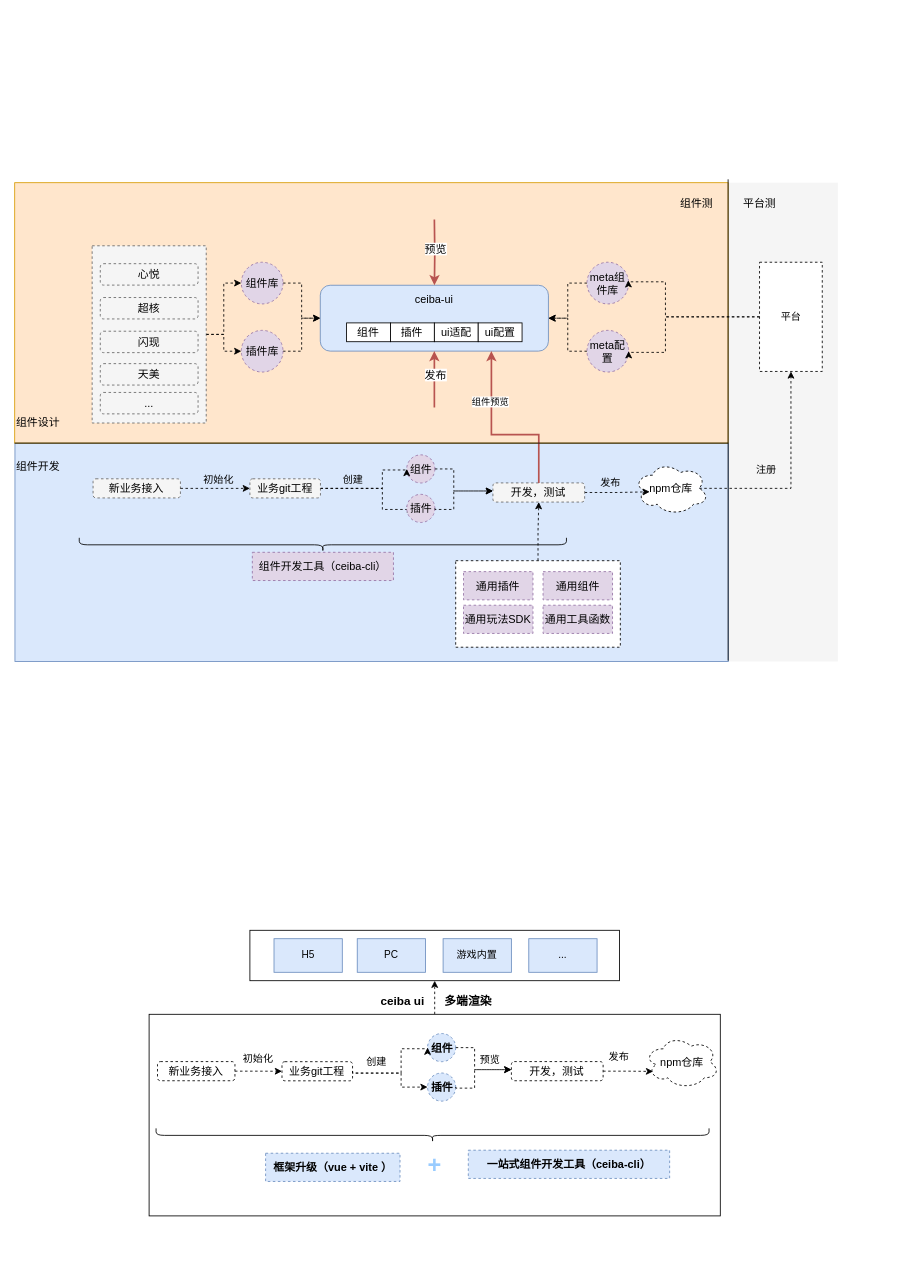
The draw.io diagram components.drawio in axtrur/resource, before the edit. Source tidied: cells renumbered, new cells numbered last; positions are measured from the earlier drawing's top-left corner, leaving out a move shared by most shapes. Both pictures are drawn from the tidied source at 84%, with x=0, y=0 at pixel (14, 14).
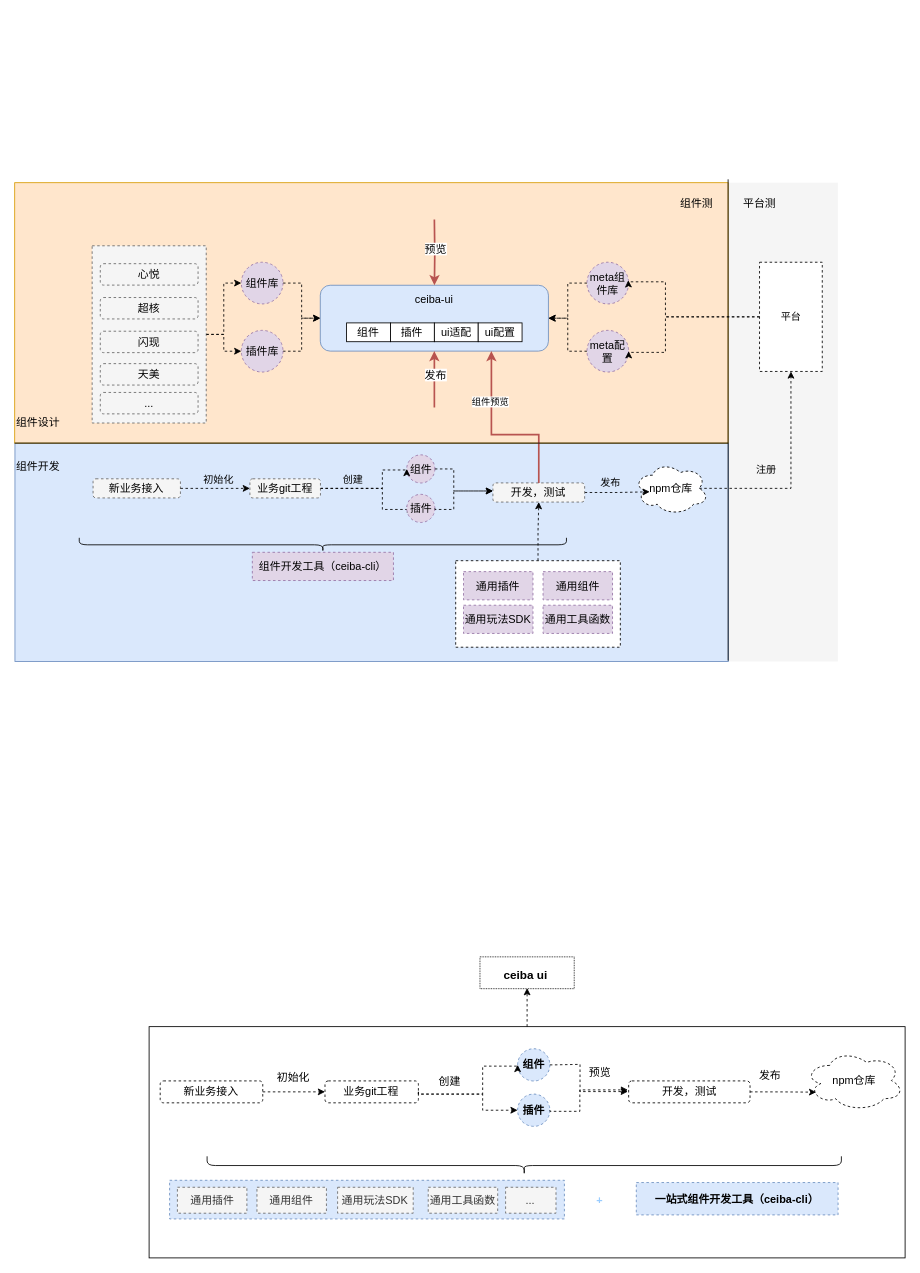
The same page after the edit.

What changed in the source:
```diff
@@
-    <mxCell id="70" style="edgeStyle=orthogonalEdgeStyle;rounded=0;jettySize=auto;html=1;exitX=0.5;exitY=0;exitDx=0;exitDy=0;entryX=0.5;entryY=1;entryDx=0;entryDy=0;dashed=1;" parent="1" edge="1" source="71" target="91">
-      <mxGeometry relative="1" as="geometry" />
-    </mxCell>
+    <mxCell id="100" style="group;" parent="1" vertex="1">
+      <mxGeometry x="160" y="1090" width="900" height="390" as="geometry" />
+    </mxCell>
+    <mxCell id="101" style="group;" parent="100" vertex="1">
+      <mxGeometry y="31.6" width="900" height="358.4" as="geometry" />
+    </mxCell>
+    <mxCell id="102" style="rounded=0;whiteSpace=wrap;html=1;dashed=1;dashPattern=1 1;" parent="101" vertex="1">
+      <mxGeometry x="393.9" width="112.2" height="37.9" as="geometry" />
+    </mxCell>
-    <mxCell id="71" style="rounded=0;whiteSpace=wrap;html=1;fontSize=13;" parent="1" vertex="1">
-      <mxGeometry x="160" y="1190" width="680" height="240" as="geometry" />
+    <mxCell id="71" style="rounded=0;whiteSpace=wrap;html=1;fontSize=13;" parent="101" vertex="1">
+      <mxGeometry y="83.1" width="900" height="275.3" as="geometry" />
     </mxCell>
-    <mxCell id="72" value="新业务接入" style="rounded=1;whiteSpace=wrap;html=1;dashed=1;fontSize=13;" parent="1" vertex="1">
-      <mxGeometry x="170" y="1246.3" width="92.2" height="22.8" as="geometry" />
+    <mxCell id="72" value="新业务接入" style="rounded=1;whiteSpace=wrap;html=1;dashed=1;fontSize=13;" parent="101" vertex="1">
+      <mxGeometry x="13.2" y="147.7" width="122.1" height="26.1" as="geometry" />
     </mxCell>
-    <mxCell id="73" style="edgeStyle=orthogonalEdgeStyle;rounded=0;jettySize=auto;html=1;exitX=1;exitY=0.5;exitDx=0;exitDy=0;entryX=0;entryY=0.5;entryDx=0;entryDy=0;dashed=1;" parent="1" edge="1" source="74" target="84">
-      <mxGeometry relative="1" as="geometry">
-        <Array as="points">
-          <mxPoint x="402" y="1260" />
-          <mxPoint x="460" y="1260" />
-          <mxPoint x="460" y="1277" />
-        </Array>
-      </mxGeometry>
-    </mxCell>
-    <mxCell id="74" value="业务git工程" style="rounded=1;whiteSpace=wrap;html=1;dashed=1;fontSize=13;" parent="1" vertex="1">
-      <mxGeometry x="318.2" y="1246.4" width="84" height="22.8" as="geometry" />
+    <mxCell id="74" value="业务git工程" style="rounded=1;whiteSpace=wrap;html=1;dashed=1;fontSize=13;" parent="101" vertex="1">
+      <mxGeometry x="209.4" y="147.7" width="111.2" height="26.1" as="geometry" />
     </mxCell>
-    <mxCell id="75" style="edgeStyle=orthogonalEdgeStyle;rounded=0;jettySize=auto;html=1;exitX=1;exitY=0.5;exitDx=0;exitDy=0;fontSize=13;dashed=1;entryX=0;entryY=0.5;entryDx=0;entryDy=0;fontColor=#000000;" parent="1" edge="1" source="72" target="74">
+    <mxCell id="75" style="edgeStyle=orthogonalEdgeStyle;rounded=0;jettySize=auto;html=1;exitX=1;exitY=0.5;exitDx=0;exitDy=0;fontSize=13;dashed=1;entryX=0;entryY=0.5;entryDx=0;entryDy=0;fontColor=#000000;" parent="101" edge="1" source="72" target="74">
       <mxGeometry relative="1" as="geometry" />
     </mxCell>
-    <mxCell id="76" value="初始化" style="text;html=1;strokeColor=none;fillColor=none;align=center;verticalAlign=middle;whiteSpace=wrap;rounded=0;fontSize=12;dashed=1;fontColor=#000000;" parent="1" vertex="1">
-      <mxGeometry x="262.2" y="1227.9" width="56" height="30" as="geometry" />
+    <mxCell id="76" value="初始化" style="text;html=1;strokeColor=none;fillColor=none;align=center;verticalAlign=middle;whiteSpace=wrap;rounded=0;fontSize=13;dashed=1;fontColor=#000000;" parent="101" vertex="1">
+      <mxGeometry x="135.3" y="126.6" width="74.1" height="34.4" as="geometry" />
     </mxCell>
-    <mxCell id="77" value="一站式组件开发工具（ceiba-cli）" style="text;html=1;strokeColor=#6c8ebf;fillColor=#dae8fc;align=center;verticalAlign=middle;whiteSpace=wrap;rounded=0;fontSize=13;dashed=1;fontStyle=1;" parent="1" vertex="1">
-      <mxGeometry x="540" y="1351.8" width="239.7" height="33.6" as="geometry" />
+    <mxCell id="77" value="一站式组件开发工具（ceiba-cli）" style="text;html=1;strokeColor=#6c8ebf;fillColor=#dae8fc;align=center;verticalAlign=middle;whiteSpace=wrap;rounded=0;fontSize=13;dashed=1;fontStyle=1;" parent="101" vertex="1">
+      <mxGeometry x="580" y="268.7" width="240.2" height="38.5" as="geometry" />
     </mxCell>
-    <mxCell id="78" value="创建" style="text;html=1;strokeColor=none;fillColor=none;align=center;verticalAlign=middle;whiteSpace=wrap;rounded=0;fontSize=12;dashed=1;fontColor=#000000;" parent="1" vertex="1">
-      <mxGeometry x="402.7" y="1231.8" width="56" height="30" as="geometry" />
+    <mxCell id="78" value="创建" style="text;html=1;strokeColor=none;fillColor=none;align=center;verticalAlign=middle;whiteSpace=wrap;rounded=0;fontSize=13;dashed=1;fontColor=#000000;" parent="101" vertex="1">
+      <mxGeometry x="321.3" y="131" width="74.1" height="34.4" as="geometry" />
     </mxCell>
-    <mxCell id="79" value="npm仓库" style="ellipse;shape=cloud;whiteSpace=wrap;html=1;fontSize=13;dashed=1;fontColor=#000000;" parent="1" vertex="1">
-      <mxGeometry x="750" y="1215.4" width="88.7" height="62.7" as="geometry" />
+    <mxCell id="79" value="npm仓库" style="ellipse;shape=cloud;whiteSpace=wrap;html=1;fontSize=13;dashed=1;fontColor=#000000;" parent="101" vertex="1">
+      <mxGeometry x="780.9" y="111.3" width="117.4" height="71.9" as="geometry" />
     </mxCell>
-    <mxCell id="80" value="发布" style="text;html=1;strokeColor=none;fillColor=none;align=center;verticalAlign=middle;whiteSpace=wrap;rounded=0;fontSize=12;dashed=1;fontColor=#000000;" parent="1" vertex="1">
-      <mxGeometry x="700.5" y="1230" width="37.3" height="22.1" as="geometry" />
+    <mxCell id="80" value="发布" style="text;html=1;strokeColor=none;fillColor=none;align=center;verticalAlign=middle;whiteSpace=wrap;rounded=0;fontSize=13;dashed=1;fontColor=#000000;" parent="101" vertex="1">
+      <mxGeometry x="715.4" y="129" width="49.4" height="25.3" as="geometry" />
     </mxCell>
-    <mxCell id="81" style="shape=curlyBracket;whiteSpace=wrap;html=1;rounded=1;fontSize=12;rotation=-90;fontColor=#000000;" parent="1" vertex="1">
-      <mxGeometry x="489.1" y="1005" width="16.7" height="658.3" as="geometry" />
+    <mxCell id="81" style="shape=curlyBracket;whiteSpace=wrap;html=1;rounded=1;fontSize=13;rotation=-90;fontColor=#000000;" parent="101" vertex="1">
+      <mxGeometry x="435.6" y="-129.1" width="22" height="755.1" as="geometry" />
     </mxCell>
-    <mxCell id="82" style="group;fontSize=13;dashed=1;" parent="1" vertex="1">
-      <mxGeometry x="491.5" y="1212.9" width="35.9" height="89.6" as="geometry" />
+    <mxCell id="82" style="group;fontSize=13;dashed=1;" parent="101" vertex="1">
+      <mxGeometry x="438.7" y="109.4" width="47.4" height="102.8" as="geometry" />
     </mxCell>
     <mxCell id="83" value="组件" style="ellipse;whiteSpace=wrap;html=1;fillColor=#dae8fc;strokeColor=#6c8ebf;fontSize=13;dashed=1;fontStyle=1;" parent="82" vertex="1">
-      <mxGeometry width="33.5" height="33.5" as="geometry" />
+      <mxGeometry width="38.4" height="38.4" as="geometry" />
     </mxCell>
     <mxCell id="84" value="插件" style="ellipse;whiteSpace=wrap;html=1;fillColor=#dae8fc;strokeColor=#6c8ebf;fontSize=13;dashed=1;fontStyle=1;" parent="82" vertex="1">
-      <mxGeometry y="47" width="33.5" height="33.5" as="geometry" />
+      <mxGeometry y="54" width="38.4" height="38.4" as="geometry" />
     </mxCell>
+    <mxCell id="73" style="edgeStyle=orthogonalEdgeStyle;rounded=0;jettySize=auto;html=1;exitX=1;exitY=0.5;exitDx=0;exitDy=0;entryX=0;entryY=0.5;entryDx=0;entryDy=0;dashed=1;fontSize=13;" parent="101" edge="1" source="74" target="84">
+      <mxGeometry relative="1" as="geometry">
+        <Array as="points">
+          <mxPoint x="320.3" y="163.4" />
+          <mxPoint x="397.1" y="163.4" />
+          <mxPoint x="397.1" y="182.9" />
+        </Array>
+      </mxGeometry>
+    </mxCell>
-    <mxCell id="85" style="edgeStyle=orthogonalEdgeStyle;rounded=0;jettySize=auto;html=1;exitX=1;exitY=0.5;exitDx=0;exitDy=0;entryX=0;entryY=0.5;entryDx=0;entryDy=0;fontSize=13;dashed=1;fontColor=#000000;" parent="1" edge="1" source="74" target="83">
+    <mxCell id="85" style="edgeStyle=orthogonalEdgeStyle;rounded=0;jettySize=auto;html=1;exitX=1;exitY=0.5;exitDx=0;exitDy=0;entryX=0;entryY=0.5;entryDx=0;entryDy=0;fontSize=13;dashed=1;fontColor=#000000;" parent="101" edge="1" source="74" target="83">
       <mxGeometry relative="1" as="geometry">
         <Array as="points">
-          <mxPoint x="402" y="1260" />
-          <mxPoint x="460" y="1260" />
-          <mxPoint x="460" y="1231" />
+          <mxPoint x="320.3" y="163.4" />
+          <mxPoint x="397.1" y="163.4" />
+          <mxPoint x="397.1" y="130.1" />
         </Array>
       </mxGeometry>
     </mxCell>
-    <mxCell id="86" style="edgeStyle=orthogonalEdgeStyle;rounded=0;jettySize=auto;html=1;exitX=1;exitY=0.5;exitDx=0;exitDy=0;dashed=1;" parent="1" edge="1" source="87">
+    <mxCell id="86" style="edgeStyle=orthogonalEdgeStyle;rounded=0;jettySize=auto;html=1;exitX=1;exitY=0.5;exitDx=0;exitDy=0;dashed=1;fontSize=13;" parent="101" edge="1" source="87">
       <mxGeometry relative="1" as="geometry">
-        <mxPoint x="760" y="1258" as="targetPoint" />
+        <mxPoint x="794.1" y="161.1" as="targetPoint" />
       </mxGeometry>
     </mxCell>
-    <mxCell id="87" value="开发，测试" style="rounded=1;whiteSpace=wrap;html=1;dashed=1;fontSize=13;" parent="1" vertex="1">
-      <mxGeometry x="591.3" y="1246.3" width="109.2" height="22.8" as="geometry" />
+    <mxCell id="87" value="开发，测试" style="rounded=1;whiteSpace=wrap;html=1;dashed=1;fontSize=13;" parent="101" vertex="1">
+      <mxGeometry x="570.9" y="147.7" width="144.5" height="26.1" as="geometry" />
     </mxCell>
-    <mxCell id="88" style="edgeStyle=orthogonalEdgeStyle;rounded=0;jettySize=auto;html=1;exitX=1;exitY=0.5;exitDx=0;exitDy=0;fontSize=12;dashed=1;fontColor=#000000;" parent="1" edge="1" source="84" target="87">
-      <mxGeometry x="520.2" y="1302.9" as="geometry">
+    <mxCell id="88" style="edgeStyle=orthogonalEdgeStyle;rounded=0;jettySize=auto;html=1;exitX=1;exitY=0.5;exitDx=0;exitDy=0;fontSize=13;dashed=1;fontColor=#000000;" parent="101" edge="1" source="84">
+      <mxGeometry x="450.2" y="109.4" as="geometry">
+        <mxPoint x="570" y="158.4" as="targetPoint" />
         <Array as="points">
-          <mxPoint x="547.5" y="1277.9" />
-          <mxPoint x="547.5" y="1255.9" />
+          <mxPoint x="512.8" y="183.9" />
+          <mxPoint x="512.8" y="158.7" />
         </Array>
       </mxGeometry>
     </mxCell>
-    <mxCell id="89" style="edgeStyle=orthogonalEdgeStyle;rounded=0;jettySize=auto;html=1;exitX=1;exitY=0.5;exitDx=0;exitDy=0;fontSize=12;dashed=1;fontColor=#000000;" parent="1" edge="1" source="83" target="87">
-      <mxGeometry x="520.2" y="1302.9" as="geometry">
+    <mxCell id="89" style="edgeStyle=orthogonalEdgeStyle;rounded=0;jettySize=auto;html=1;exitX=1;exitY=0.5;exitDx=0;exitDy=0;fontSize=13;dashed=1;fontColor=#000000;" parent="101" edge="1" source="83">
+      <mxGeometry x="450.2" y="109.4" as="geometry">
+        <mxPoint x="570" y="160.4" as="targetPoint" />
         <Array as="points">
-          <mxPoint x="525.1" y="1228.9" />
-          <mxPoint x="547.5" y="1228.9" />
-          <mxPoint x="547.5" y="1255.9" />
+          <mxPoint x="483" y="129" />
+          <mxPoint x="513" y="128" />
+          <mxPoint x="513" y="160" />
         </Array>
       </mxGeometry>
     </mxCell>
-    <mxCell id="90" value="多端渲染" style="text;html=1;strokeColor=none;fillColor=none;align=center;verticalAlign=middle;whiteSpace=wrap;rounded=0;fontSize=14;fontStyle=1;" parent="1" vertex="1">
-      <mxGeometry x="510" y="1160" width="60" height="30" as="geometry" />
-    </mxCell>
-    <mxCell id="91" style="rounded=0;whiteSpace=wrap;html=1;" parent="1" vertex="1">
-      <mxGeometry x="280" y="1090" width="440" height="60" as="geometry" />
-    </mxCell>
-    <mxCell id="92" value="H5" style="rounded=0;whiteSpace=wrap;html=1;fillColor=#dae8fc;strokeColor=#6c8ebf;" parent="1" vertex="1">
-      <mxGeometry x="308.7" y="1100" width="81.3" height="40" as="geometry" />
-    </mxCell>
-    <mxCell id="93" value="PC" style="rounded=0;whiteSpace=wrap;html=1;fillColor=#dae8fc;strokeColor=#6c8ebf;" parent="1" vertex="1">
-      <mxGeometry x="407.8" y="1100" width="81.3" height="40" as="geometry" />
-    </mxCell>
-    <mxCell id="94" value="游戏内置" style="rounded=0;whiteSpace=wrap;html=1;fillColor=#dae8fc;strokeColor=#6c8ebf;" parent="1" vertex="1">
-      <mxGeometry x="510" y="1100" width="81.3" height="40" as="geometry" />
-    </mxCell>
-    <mxCell id="95" value="ceiba ui" style="text;html=1;align=center;verticalAlign=middle;whiteSpace=wrap;rounded=0;fontSize=14;fontStyle=1;" parent="1" vertex="1">
-      <mxGeometry x="431.5" y="1160" width="60" height="30" as="geometry" />
+    <mxCell id="95" value="ceiba ui" style="text;html=1;align=center;verticalAlign=middle;whiteSpace=wrap;rounded=0;fontSize=14;fontStyle=1;" parent="101" vertex="1">
+      <mxGeometry x="409.3" y="5.3" width="79.4" height="34.4" as="geometry" />
     </mxCell>
-    <mxCell id="96" value="..." style="rounded=0;whiteSpace=wrap;html=1;fillColor=#dae8fc;strokeColor=#6c8ebf;" parent="1" vertex="1">
-      <mxGeometry x="612" y="1100" width="81.3" height="40" as="geometry" />
-    </mxCell>
-    <mxCell id="97" value="预览" style="text;html=1;strokeColor=none;fillColor=none;align=center;verticalAlign=middle;whiteSpace=wrap;rounded=0;fontSize=12;dashed=1;fontColor=#000000;" parent="1" vertex="1">
-      <mxGeometry x="538.3" y="1229.4" width="56" height="30" as="geometry" />
+    <mxCell id="97" value="预览" style="text;html=1;strokeColor=none;fillColor=none;align=center;verticalAlign=middle;whiteSpace=wrap;rounded=0;fontSize=13;dashed=1;fontColor=#000000;" parent="101" vertex="1">
+      <mxGeometry x="499.9" y="119.9" width="74.1" height="34.4" as="geometry" />
     </mxCell>
-    <mxCell id="98" value="+" style="text;html=1;strokeColor=none;fillColor=none;align=center;verticalAlign=middle;whiteSpace=wrap;rounded=0;fontSize=28;fontStyle=1;fontColor=#99CCFF;" parent="1" vertex="1">
-      <mxGeometry x="470" y="1355.4" width="60" height="30" as="geometry" />
+    <mxCell id="98" value="+" style="text;html=1;strokeColor=none;fillColor=none;align=center;verticalAlign=middle;whiteSpace=wrap;rounded=0;fontSize=13;fontStyle=1;fontColor=#99CCFF;" parent="101" vertex="1">
+      <mxGeometry x="497.3" y="271.8" width="79.4" height="34.4" as="geometry" />
     </mxCell>
-    <mxCell id="99" value="框架升级（vue + vite ）" style="text;html=1;strokeColor=#6c8ebf;fillColor=#dae8fc;align=center;verticalAlign=middle;whiteSpace=wrap;rounded=0;fontSize=13;dashed=1;fontStyle=1;" parent="1" vertex="1">
-      <mxGeometry x="298.7" y="1355.4" width="160" height="33.6" as="geometry" />
-    </mxCell>
+    <mxCell id="70" style="edgeStyle=orthogonalEdgeStyle;rounded=0;jettySize=auto;html=1;exitX=0.5;exitY=0;exitDx=0;exitDy=0;entryX=0.5;entryY=1;entryDx=0;entryDy=0;dashed=1;" parent="101" edge="1" source="71">
+      <mxGeometry relative="1" as="geometry">
+        <mxPoint x="450" y="37.2" as="targetPoint" />
+      </mxGeometry>
+    </mxCell>
+    <mxCell id="103" style="group;fontSize=13;" parent="101" vertex="1">
+      <mxGeometry x="24.4" y="266" width="470" height="46" as="geometry" />
+    </mxCell>
+    <mxCell id="104" style="rounded=0;whiteSpace=wrap;html=1;fontSize=13;dashed=1;fillColor=#dae8fc;strokeColor=#6c8ebf;" parent="103" vertex="1">
+      <mxGeometry width="470" height="46" as="geometry" />
+    </mxCell>
+    <mxCell id="105" value="通用组件" style="text;html=1;strokeColor=#666666;fillColor=#f5f5f5;align=center;verticalAlign=middle;whiteSpace=wrap;rounded=0;fontSize=13;dashed=1;fontColor=#333333;" parent="103" vertex="1">
+      <mxGeometry x="104" y="8.3" width="82.7" height="30.9" as="geometry" />
+    </mxCell>
+    <mxCell id="106" value="通用插件" style="text;html=1;strokeColor=#666666;fillColor=#f5f5f5;align=center;verticalAlign=middle;whiteSpace=wrap;rounded=0;fontSize=13;dashed=1;fontColor=#333333;" parent="103" vertex="1">
+      <mxGeometry x="9.3" y="8.3" width="82.7" height="30.9" as="geometry" />
+    </mxCell>
+    <mxCell id="107" value="通用玩法SDK" style="text;html=1;strokeColor=#666666;fillColor=#f5f5f5;align=center;verticalAlign=middle;whiteSpace=wrap;rounded=0;fontSize=13;dashed=1;fontColor=#333333;" parent="103" vertex="1">
+      <mxGeometry x="200" y="8.3" width="90" height="30.9" as="geometry" />
+    </mxCell>
+    <mxCell id="108" value="通用工具函数" style="text;html=1;strokeColor=#666666;fillColor=#f5f5f5;align=center;verticalAlign=middle;whiteSpace=wrap;rounded=0;fontSize=13;dashed=1;fontColor=#333333;" parent="103" vertex="1">
+      <mxGeometry x="307.9" y="8.3" width="82.7" height="30.9" as="geometry" />
+    </mxCell>
+    <mxCell id="96" value="..." style="text;html=1;strokeColor=#666666;fillColor=#f5f5f5;align=center;verticalAlign=middle;whiteSpace=wrap;rounded=0;fontSize=13;dashed=1;fontColor=#333333;" parent="103" vertex="1">
+      <mxGeometry x="400" y="8.3" width="60" height="30.9" as="geometry" />
+    </mxCell>
```
